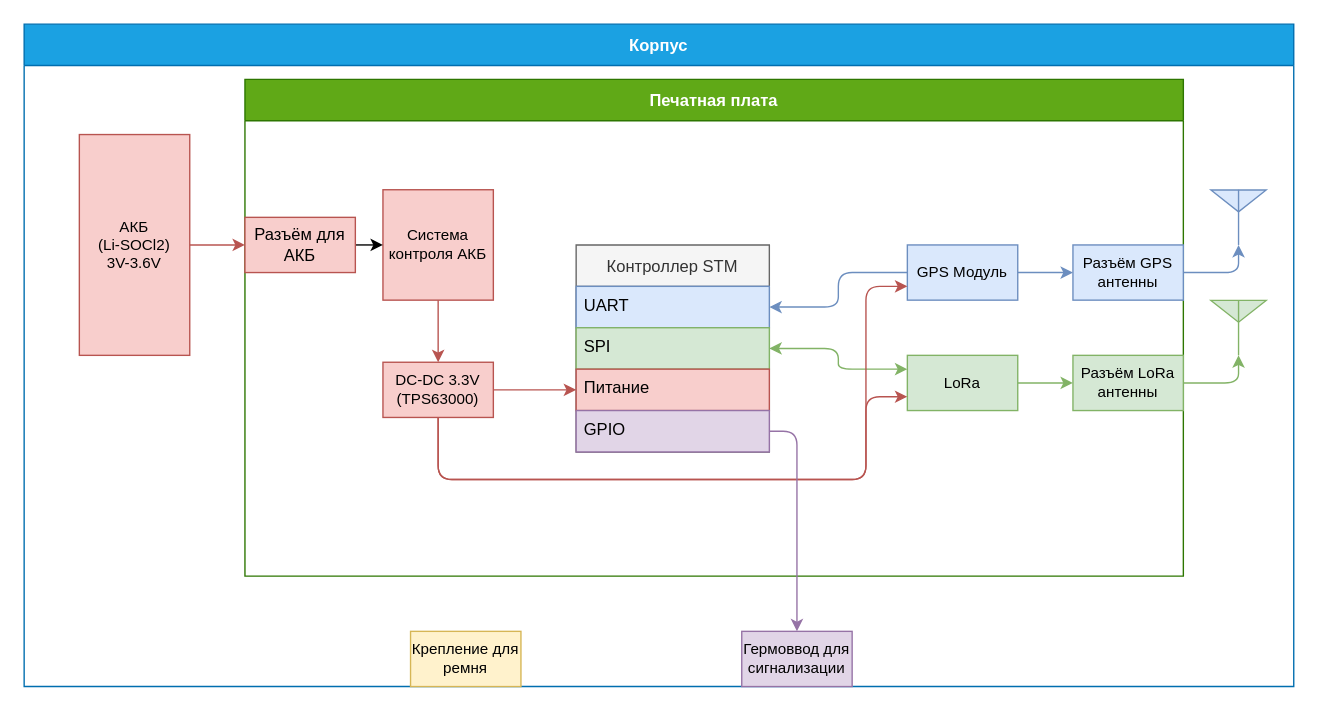
This is doc/Tracker/Структурая схема треккера Peggy.drawio from Kvenecusghost/Peggy, a draw.io file, before an edit. Source tidied: cells renumbered, new cells numbered last; positions are measured from the earlier drawing's top-left corner, leaving out a move shared by most shapes. Both pictures are drawn from the tidied source at 138%, with x=0, y=0 at pixel (23, 23).
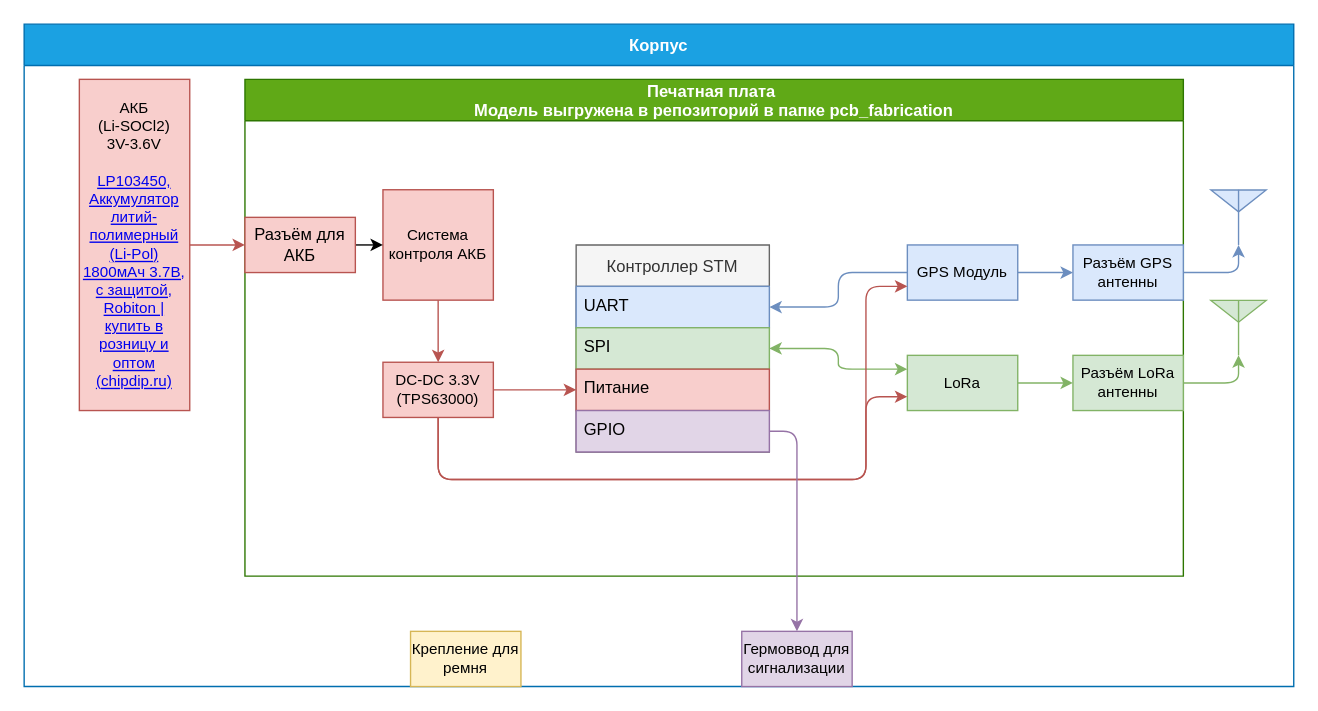
After the change.

Commit message (it also covers changes not shown here):
Выгрузил 3d модель печатной платы Peggy Tracker

Unchanged cells that the change refers to:
```xml
<mxCell id="2" value="Корпус" style="swimlane;startSize=30;fillColor=#1ba1e2;fontColor=#ffffff;strokeColor=#006EAF;" parent="1" vertex="1">
  <mxGeometry width="920" height="480" as="geometry" />
</mxCell>
```

Change to the diagram source:
```diff
@@
-    <mxCell id="3" value="Печатная плата" style="swimlane;startSize=30;fillColor=#60a917;fontColor=#ffffff;strokeColor=#2D7600;" parent="2" vertex="1">
+    <mxCell id="3" value="Печатная плата &#10;Модель выгружена в репозиторий в папке pcb_fabrication" style="swimlane;startSize=30;fillColor=#60a917;fontColor=#ffffff;strokeColor=#2D7600;" parent="2" vertex="1">
       <mxGeometry x="160" y="40" width="680" height="360" as="geometry" />
     </mxCell>
@@
-    <mxCell id="27" value="АКБ&lt;br&gt;(Li-SOCl2)&lt;br&gt;3V-3.6V" style="rounded=0;whiteSpace=wrap;html=1;fontSize=11;fillColor=#f8cecc;strokeColor=#b85450;" parent="2" vertex="1">
-      <mxGeometry x="40" y="80" width="80" height="160" as="geometry" />
+    <mxCell id="27" value="АКБ&lt;br&gt;(Li-SOCl2)&lt;br&gt;3V-3.6V&lt;br&gt;&lt;br&gt;&lt;a href=&quot;https://www.chipdip.ru/product/robiton-lp103450?from=suggest_product&quot;&gt;LP103450, Аккумулятор литий-полимерный (Li-Pol) 1800мАч 3.7В, с защитой, Robiton | купить в розницу и оптом (chipdip.ru)&lt;/a&gt;" style="rounded=0;whiteSpace=wrap;html=1;fontSize=11;fillColor=#f8cecc;strokeColor=#b85450;" parent="2" vertex="1">
+      <mxGeometry x="40" y="40" width="80" height="240" as="geometry" />
     </mxCell>
```
